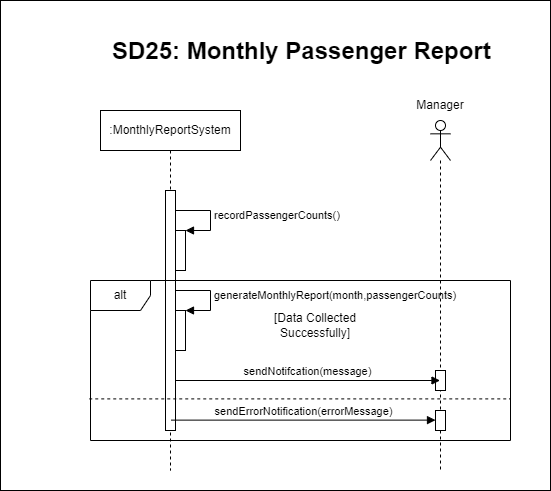
Smr002/Group01_Airport_Management_System keeps this draw.io diagram as Diagramms/Sequence Diagrams/SequenceDiagram25.png. Above is the earlier version. Source tidied: cells renumbered, new cells last; positions are measured from the earlier drawing's top-left corner, leaving out a move shared by most shapes.
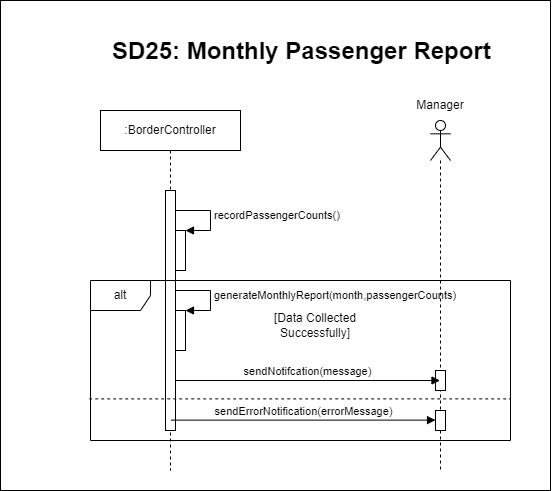
Above is the later version.

What changed in the source:
```diff
@@ -8,7 +8,7 @@
     <mxCell id="3" value="&lt;h1 style=&quot;margin-top: 0px;&quot;&gt;SD25: Monthly Passenger Report&lt;/h1&gt;" style="text;html=1;whiteSpace=wrap;overflow=hidden;rounded=0;" parent="1" vertex="1">
       <mxGeometry x="110" y="30" width="390" height="50" as="geometry" />
     </mxCell>
-    <mxCell id="4" value=":MonthlyReportSystem" style="shape=umlLifeline;perimeter=lifelinePerimeter;whiteSpace=wrap;html=1;newEdgeStyle={&quot;edgeStyle&quot;:&quot;elbowEdgeStyle&quot;,&quot;elbow&quot;:&quot;vertical&quot;,&quot;curved&quot;:0,&quot;rounded&quot;:0};" parent="1" vertex="1">
+    <mxCell id="4" value=":BorderController" style="shape=umlLifeline;perimeter=lifelinePerimeter;whiteSpace=wrap;html=1;newEdgeStyle={&quot;edgeStyle&quot;:&quot;elbowEdgeStyle&quot;,&quot;elbow&quot;:&quot;vertical&quot;,&quot;curved&quot;:0,&quot;rounded&quot;:0};" parent="1" vertex="1">
       <mxGeometry x="100" y="110" width="140" height="360" as="geometry" />
     </mxCell>
     <mxCell id="5" style="html=1;perimeter=orthogonalPerimeter;targetShapes=umlLifeline;newEdgeStyle={&quot;edgeStyle&quot;:&quot;elbowEdgeStyle&quot;,&quot;elbow&quot;:&quot;vertical&quot;,&quot;curved&quot;:0,&quot;rounded&quot;:0};" parent="4" vertex="1">
```
